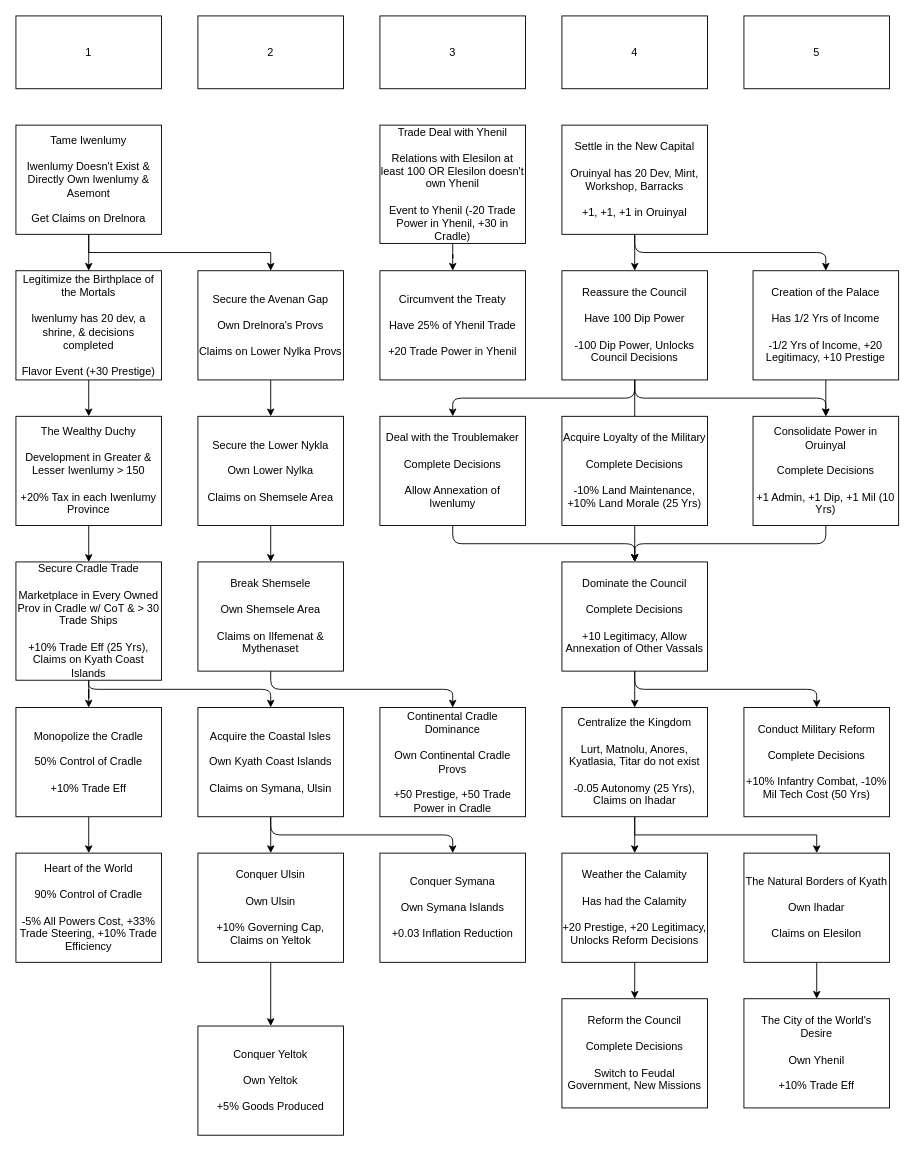
The draw.io diagram planning/Kyath Mission Tree.drawio in Garion132/Aveia, before the edit. Source tidied: cells renumbered, new cells numbered last; positions are measured from the earlier drawing's top-left corner, leaving out a move shared by most shapes. Both pictures are drawn from the tidied source at 91%, with x=0, y=0 at pixel (15, 15).
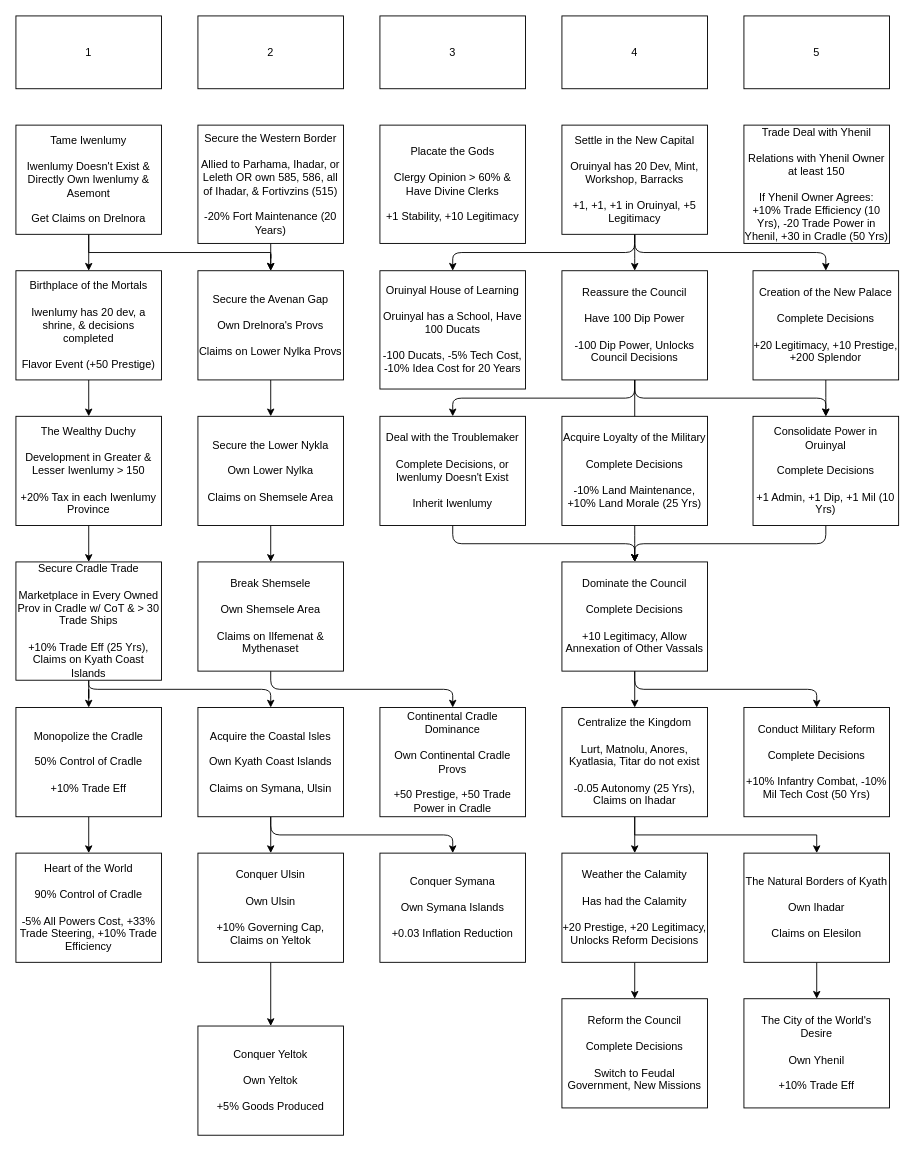
The same page after the edit.

Unchanged cells that the change refers to:
```xml
<mxCell id="15" value="Secure the Avenan Gap&lt;br&gt;&lt;br&gt;Own Drelnora's Provs&lt;br&gt;&lt;br&gt;Claims on Lower Nylka Provs" style="rounded=0;whiteSpace=wrap;html=1;" parent="1" vertex="1">
  <mxGeometry x="200" y="280" width="160" height="120" as="geometry" />
</mxCell>
```

Diff of the diagram source:
```diff
@@
-    <mxCell id="20" value="Legitimize the Birthplace of the Mortals&lt;br&gt;&lt;br&gt;Iwenlumy has 20 dev, a shrine, &amp;amp; decisions completed&lt;br&gt;&lt;br&gt;Flavor Event (+30 Prestige)" style="rounded=0;whiteSpace=wrap;html=1;" parent="1" vertex="1">
+    <mxCell id="20" value="Birthplace of the Mortals&lt;br&gt;&lt;br&gt;Iwenlumy has 20 dev, a shrine, &amp;amp; decisions completed&lt;br&gt;&lt;br&gt;Flavor Event (+50 Prestige)" style="rounded=0;whiteSpace=wrap;html=1;" parent="1" vertex="1">
       <mxGeometry y="280" width="160" height="120" as="geometry" />
     </mxCell>
@@
+    <mxCell id="65" style="edgeStyle=orthogonalEdgeStyle;rounded=1;jettySize=auto;html=1;" parent="1" edge="1" source="40" target="67">
+      <mxGeometry relative="1" as="geometry">
+        <Array as="points">
+          <mxPoint x="680" y="260" />
+          <mxPoint x="480" y="260" />
+        </Array>
+      </mxGeometry>
+    </mxCell>
-    <mxCell id="40" value="Settle in the New Capital&lt;br&gt;&lt;br&gt;Oruinyal has 20 Dev, Mint, Workshop, Barracks&lt;br&gt;&lt;br&gt;+1, +1, +1 in Oruinyal" style="rounded=0;whiteSpace=wrap;html=1;" parent="1" vertex="1">
+    <mxCell id="40" value="Settle in the New Capital&lt;br&gt;&lt;br&gt;Oruinyal has 20 Dev, Mint, Workshop, Barracks&lt;br&gt;&lt;br&gt;+1, +1, +1 in Oruinyal, +5 Legitimacy" style="rounded=0;whiteSpace=wrap;html=1;" parent="1" vertex="1">
       <mxGeometry x="600" y="120" width="160" height="120" as="geometry" />
     </mxCell>
@@
-    <mxCell id="43" style="edgeStyle=orthogonalEdgeStyle;rounded=1;jettySize=auto;html=1;entryX=0.5;entryY=0;entryDx=0;entryDy=0;fontColor=#FFCCCC;" parent="1" edge="1" source="44" target="55">
-      <mxGeometry relative="1" as="geometry" />
-    </mxCell>
-    <mxCell id="44" value="Trade Deal with Yhenil&lt;br&gt;&lt;br&gt;Relations with Elesilon at least 100 OR Elesilon doesn't own Yhenil&lt;br&gt;&lt;br&gt;Event to Yhenil (-20 Trade Power in Yhenil, +30 in Cradle)" style="rounded=0;whiteSpace=wrap;html=1;" parent="1" vertex="1">
-      <mxGeometry x="400" y="120" width="160" height="130" as="geometry" />
+    <mxCell id="44" value="Trade Deal with Yhenil&lt;br&gt;&lt;br&gt;Relations with Yhenil Owner at least 150&lt;br&gt;&lt;br&gt;If Yhenil Owner Agrees:&lt;br&gt;+10% Trade Efficiency (10 Yrs), -20 Trade Power in Yhenil, +30 in Cradle (50 Yrs)" style="rounded=0;whiteSpace=wrap;html=1;" parent="1" vertex="1">
+      <mxGeometry x="800" y="120" width="160" height="130" as="geometry" />
     </mxCell>
@@
-    <mxCell id="55" value="Circumvent the Treaty&lt;br&gt;&lt;br&gt;Have 25% of Yhenil Trade&lt;br&gt;&lt;br&gt;+20 Trade Power in Yhenil" style="rounded=0;whiteSpace=wrap;html=1;" parent="1" vertex="1">
-      <mxGeometry x="400" y="280" width="160" height="120" as="geometry" />
-    </mxCell>
@@
-    <mxCell id="57" value="Deal with the Troublemaker&lt;br&gt;&lt;br&gt;Complete Decisions&lt;br&gt;&lt;br&gt;Allow Annexation of Iwenlumy" style="rounded=0;whiteSpace=wrap;html=1;" parent="1" vertex="1">
+    <mxCell id="57" value="Deal with the Troublemaker&lt;br&gt;&lt;br&gt;Complete Decisions, or Iwenlumy Doesn't Exist&lt;br&gt;&lt;br&gt;Inherit Iwenlumy" style="rounded=0;whiteSpace=wrap;html=1;" parent="1" vertex="1">
       <mxGeometry x="400" y="440" width="160" height="120" as="geometry" />
     </mxCell>
@@
-    <mxCell id="63" value="Creation of the Palace&lt;br&gt;&lt;br&gt;Has 1/2 Yrs of Income&lt;br&gt;&lt;br&gt;-1/2 Yrs of Income, +20 Legitimacy, +10 Prestige" style="rounded=0;whiteSpace=wrap;html=1;" parent="1" vertex="1">
+    <mxCell id="63" value="Creation of the New Palace&lt;br&gt;&lt;br&gt;Complete Decisions&lt;br&gt;&lt;br&gt;+20 Legitimacy, +10 Prestige, +200 Splendor" style="rounded=0;whiteSpace=wrap;html=1;" parent="1" vertex="1">
       <mxGeometry x="810" y="280" width="160" height="120" as="geometry" />
     </mxCell>
@@
+    <mxCell id="66" value="Placate the Gods&lt;br&gt;&lt;br&gt;Clergy Opinion &amp;gt; 60% &amp;amp; Have Divine Clerks&lt;br&gt;&lt;br&gt;+1 Stability, +10 Legitimacy" style="rounded=0;whiteSpace=wrap;html=1;" parent="1" vertex="1">
+      <mxGeometry x="400" y="120" width="160" height="130" as="geometry" />
+    </mxCell>
+    <mxCell id="67" value="Oruinyal House of Learning&lt;br&gt;&lt;br&gt;Oruinyal has a School, Have 100 Ducats&lt;br&gt;&lt;br&gt;-100 Ducats, -5% Tech Cost, -10% Idea Cost for 20 Years" style="rounded=0;whiteSpace=wrap;html=1;" parent="1" vertex="1">
+      <mxGeometry x="400" y="280" width="160" height="130" as="geometry" />
+    </mxCell>
+    <mxCell id="68" style="edgeStyle=orthogonalEdgeStyle;rounded=1;jettySize=auto;html=1;" parent="1" edge="1" source="69" target="15">
+      <mxGeometry relative="1" as="geometry" />
+    </mxCell>
+    <mxCell id="69" value="Secure the Western Border&lt;br&gt;&lt;br&gt;Allied to Parhama, Ihadar, or Leleth OR own 585, 586, all of Ihadar, &amp;amp; Fortivzins (515)&lt;br&gt;&lt;br&gt;-20% Fort Maintenance (20 Years)" style="rounded=0;whiteSpace=wrap;html=1;" parent="1" vertex="1">
+      <mxGeometry x="200" y="120" width="160" height="130" as="geometry" />
+    </mxCell>
```
